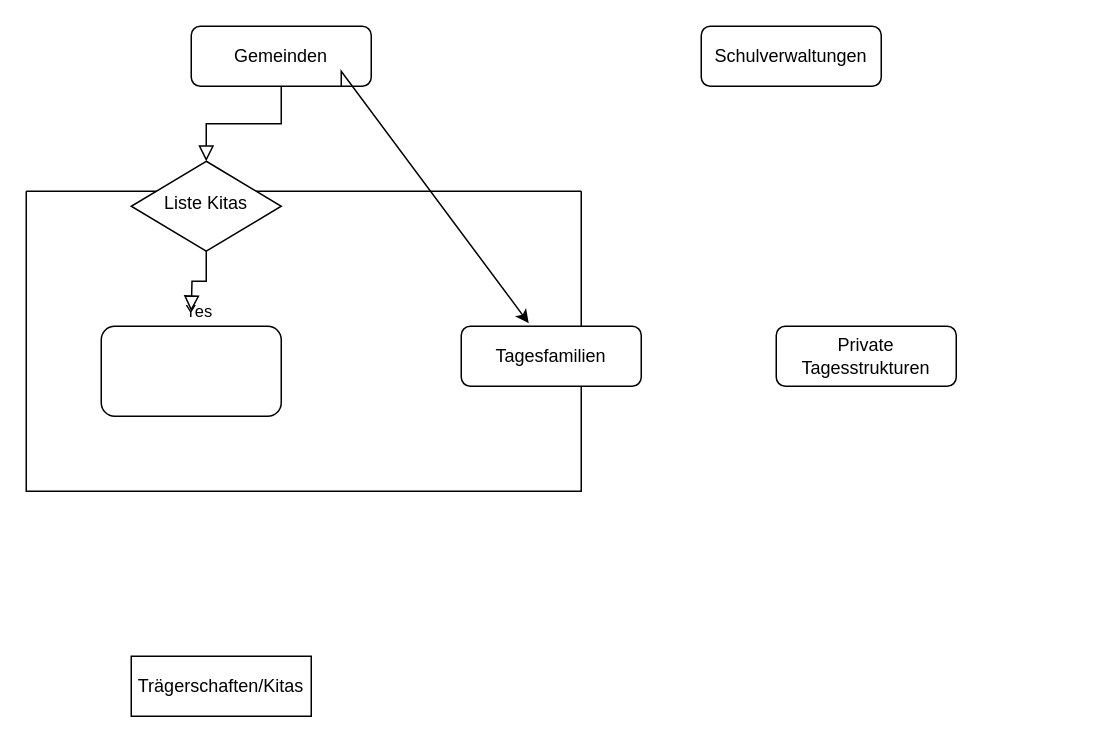
Above: Unbenanntes Diagramm.drawio in oliviablo/Rconfig (draw.io), before the change. Source tidied: cells renumbered, new cells numbered last; positions are measured from the earlier drawing's top-left corner, leaving out a move shared by most shapes. Both pictures are drawn from the tidied source at 150%, with x=0, y=0 at pixel (26, 26).
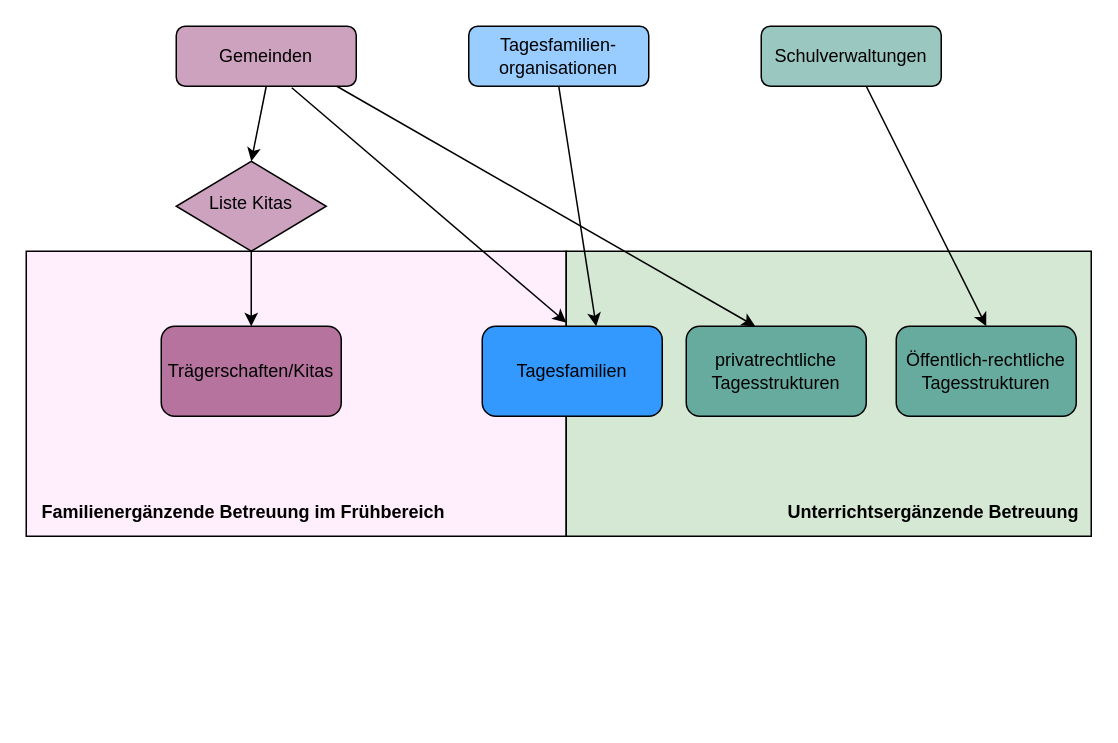
Above is the later version.

Change to the diagram source:
```diff
@@
-    <mxCell id="2" style="swimlane;startSize=0;fillColor=#FFCCFF;" parent="1" vertex="1">
-      <mxGeometry y="110" width="370" height="200" as="geometry" />
-    </mxCell>
+    <mxCell id="13" value="&lt;div&gt;&lt;b&gt;&lt;br&gt;&lt;/b&gt;&lt;/div&gt;&lt;div&gt;&lt;b&gt;&lt;br&gt;&lt;/b&gt;&lt;/div&gt;&lt;div&gt;&lt;b&gt;&lt;br&gt;&lt;/b&gt;&lt;/div&gt;&lt;div&gt;&lt;b&gt;&lt;br&gt;&lt;/b&gt;&lt;/div&gt;&lt;div&gt;&lt;b&gt;&lt;br&gt;&lt;/b&gt;&lt;/div&gt;&lt;div&gt;&lt;b&gt;&lt;br&gt;&lt;/b&gt;&lt;/div&gt;&lt;div&gt;&lt;b&gt;&lt;br&gt;&lt;/b&gt;&lt;/div&gt;&lt;div&gt;&lt;b&gt;&lt;br&gt;&lt;/b&gt;&lt;/div&gt;&lt;div&gt;&lt;b&gt;&lt;br&gt;&lt;/b&gt;&lt;/div&gt;&lt;div&gt;&lt;b&gt;&lt;br&gt;&lt;/b&gt;&lt;/div&gt;&lt;div&gt;&lt;b&gt;&lt;br&gt;&lt;/b&gt;&lt;/div&gt;&lt;div&gt;&lt;b&gt;Familienergänzende Betreuung im Frühbereich&amp;nbsp; &amp;nbsp; &amp;nbsp; &amp;nbsp; &amp;nbsp; &amp;nbsp; &amp;nbsp; &amp;nbsp; &amp;nbsp; &amp;nbsp; &amp;nbsp;&lt;/b&gt;&lt;/div&gt;" style="rounded=0;whiteSpace=wrap;html=1;fillColor=#FFEFFD;" parent="1" vertex="1">
+      <mxGeometry y="150" width="360" height="190" as="geometry" />
+    </mxCell>
+    <mxCell id="14" value="&lt;div&gt;&lt;br&gt;&lt;/div&gt;&lt;div&gt;&lt;br&gt;&lt;/div&gt;&lt;div&gt;&lt;br&gt;&lt;/div&gt;&lt;div&gt;&lt;br&gt;&lt;/div&gt;&lt;div&gt;&lt;br&gt;&lt;/div&gt;&lt;div&gt;&lt;br&gt;&lt;/div&gt;&lt;div&gt;&lt;br&gt;&lt;/div&gt;&lt;div&gt;&lt;br&gt;&lt;/div&gt;&lt;div&gt;&lt;br&gt;&lt;/div&gt;&lt;div&gt;&lt;br&gt;&lt;/div&gt;&lt;div&gt;&lt;br&gt;&lt;/div&gt;&lt;div&gt;&amp;nbsp; &amp;nbsp; &amp;nbsp; &amp;nbsp; &amp;nbsp; &amp;nbsp; &amp;nbsp; &amp;nbsp; &amp;nbsp; &amp;nbsp; &amp;nbsp; &amp;nbsp; &amp;nbsp; &amp;nbsp; &amp;nbsp; &amp;nbsp; &amp;nbsp; &amp;nbsp; &amp;nbsp; &amp;nbsp; &amp;nbsp;&lt;b&gt; Unterrichtsergänzende Betreuung&lt;/b&gt;&lt;/div&gt;" style="rounded=0;whiteSpace=wrap;html=1;fillColor=#D5E8D4;" parent="1" vertex="1">
+      <mxGeometry x="360" y="150" width="350" height="190" as="geometry" />
+    </mxCell>
+    <mxCell id="4" value="Gemeinden" style="rounded=1;whiteSpace=wrap;html=1;fontSize=12;glass=0;strokeWidth=1;shadow=0;fillColor=#CDA2BE;" parent="1" vertex="1">
+      <mxGeometry x="100" width="120" height="40" as="geometry" />
+    </mxCell>
+    <mxCell id="9" value="Schulverwaltungen" style="rounded=1;whiteSpace=wrap;html=1;fontSize=12;glass=0;strokeWidth=1;shadow=0;fillColor=#9AC7BF;" parent="1" vertex="1">
+      <mxGeometry x="490" width="120" height="40" as="geometry" />
+    </mxCell>
+    <mxCell id="15" value="Tagesfamilien-organisationen" style="rounded=1;whiteSpace=wrap;html=1;fontSize=12;glass=0;strokeWidth=1;shadow=0;fillColor=#99CCFF;" parent="1" vertex="1">
+      <mxGeometry x="295" width="120" height="40" as="geometry" />
+    </mxCell>
+    <mxCell id="8" value="Tagesfamilien" style="rounded=1;whiteSpace=wrap;html=1;fillColor=#3399FF;" parent="1" vertex="1">
+      <mxGeometry x="304" y="200" width="120" height="60" as="geometry" />
+    </mxCell>
+    <mxCell id="16" style="endArrow=classic;html=1;rounded=0;entryX=1;entryY=0.25;entryDx=0;entryDy=0;exitX=0.642;exitY=1.025;exitDx=0;exitDy=0;exitPerimeter=0;" parent="1" edge="1" source="4" target="13">
+      <mxGeometry relative="1" as="geometry" />
+    </mxCell>
+    <mxCell id="17" value="privatrechtliche Tagesstrukturen" style="rounded=1;whiteSpace=wrap;html=1;fillColor=#67AB9F;" parent="1" vertex="1">
+      <mxGeometry x="440" y="200" width="120" height="60" as="geometry" />
+    </mxCell>
+    <mxCell id="18" value="Öffentlich-rechtliche Tagesstrukturen" style="rounded=1;whiteSpace=wrap;html=1;fillColor=#67AB9F;" parent="1" vertex="1">
+      <mxGeometry x="580" y="200" width="120" height="60" as="geometry" />
+    </mxCell>
+    <mxCell id="19" style="endArrow=classic;html=1;rounded=0;entryX=0.94;entryY=1.067;entryDx=0;entryDy=0;entryPerimeter=0;exitX=0.892;exitY=1;exitDx=0;exitDy=0;exitPerimeter=0;" parent="1" edge="1" source="4">
+      <mxGeometry relative="1" as="geometry">
+        <mxPoint x="486" y="200" as="targetPoint" />
+      </mxGeometry>
+    </mxCell>
+    <mxCell id="20" style="endArrow=classic;html=1;rounded=0;exitX=0.5;exitY=1;exitDx=0;exitDy=0;entryX=0.633;entryY=0;entryDx=0;entryDy=0;entryPerimeter=0;" parent="1" edge="1" source="15" target="8">
+      <mxGeometry relative="1" as="geometry" />
+    </mxCell>
+    <mxCell id="21" style="endArrow=classic;html=1;rounded=0;" parent="1" edge="1" target="13">
+      <mxGeometry relative="1" as="geometry">
+        <mxPoint x="150" y="150" as="sourcePoint" />
+      </mxGeometry>
+    </mxCell>
-    <mxCell id="3" style="rounded=0;html=1;jettySize=auto;fontSize=11;endArrow=block;endFill=0;endSize=8;strokeWidth=1;shadow=0;labelBackgroundColor=none;edgeStyle=orthogonalEdgeStyle;" parent="1" edge="1" source="4" target="6">
+    <mxCell id="3" style="endArrow=classic;html=1;rounded=0;exitX=0.5;exitY=1;exitDx=0;exitDy=0;entryX=0.5;entryY=0;entryDx=0;entryDy=0;" parent="1" edge="1" source="4" target="6">
       <mxGeometry relative="1" as="geometry" />
     </mxCell>
-    <mxCell id="4" value="Gemeinden" style="rounded=1;whiteSpace=wrap;html=1;fontSize=12;glass=0;strokeWidth=1;shadow=0;" parent="1" vertex="1">
-      <mxGeometry x="110" width="120" height="40" as="geometry" />
-    </mxCell>
-    <mxCell id="5" value="Yes" style="rounded=0;html=1;jettySize=auto;fontSize=11;endArrow=block;endFill=0;endSize=8;strokeWidth=1;shadow=0;labelBackgroundColor=none;edgeStyle=orthogonalEdgeStyle;" parent="1" edge="1" source="6">
-      <mxGeometry y="20" relative="1" as="geometry">
-        <mxPoint x="110" y="190" as="targetPoint" />
-      </mxGeometry>
-    </mxCell>
+    <mxCell id="22" style="endArrow=classic;html=1;rounded=0;entryX=0.5;entryY=0;entryDx=0;entryDy=0;" parent="1" edge="1" target="18">
+      <mxGeometry relative="1" as="geometry">
+        <mxPoint x="560" y="40" as="sourcePoint" />
+      </mxGeometry>
+    </mxCell>
+    <mxCell id="23" style="endArrow=classic;html=1;rounded=0;" parent="1" edge="1" target="13">
+      <mxGeometry relative="1" as="geometry">
+        <mxPoint x="150" y="150" as="sourcePoint" />
+      </mxGeometry>
+    </mxCell>
+    <mxCell id="11" value="Trägerschaften/Kitas" style="rounded=1;whiteSpace=wrap;html=1;fillColor=#B5739D;" parent="1" vertex="1">
+      <mxGeometry x="90" y="200" width="120" height="60" as="geometry" />
+    </mxCell>
-    <mxCell id="6" value="Liste Kitas" style="rhombus;whiteSpace=wrap;html=1;shadow=0;fontFamily=Helvetica;fontSize=12;align=center;strokeWidth=1;spacing=6;spacingTop=-4;" parent="1" vertex="1">
-      <mxGeometry x="70" y="90" width="100" height="60" as="geometry" />
+    <mxCell id="6" value="Liste Kitas" style="rhombus;whiteSpace=wrap;html=1;shadow=0;fontFamily=Helvetica;fontSize=12;align=center;strokeWidth=1;spacing=6;spacingTop=-4;fillColor=#CDA2BE;" parent="1" vertex="1">
+      <mxGeometry x="100" y="90" width="100" height="60" as="geometry" />
     </mxCell>
-    <mxCell id="7" value="Private Tagesstrukturen" style="rounded=1;whiteSpace=wrap;html=1;fontSize=12;glass=0;strokeWidth=1;shadow=0;" parent="1" vertex="1">
-      <mxGeometry x="500" y="200" width="120" height="40" as="geometry" />
-    </mxCell>
-    <mxCell id="8" value="Tagesfamilien" style="rounded=1;whiteSpace=wrap;html=1;fontSize=12;glass=0;strokeWidth=1;shadow=0;" parent="1" vertex="1">
-      <mxGeometry x="290" y="200" width="120" height="40" as="geometry" />
-    </mxCell>
-    <mxCell id="9" value="Schulverwaltungen" style="rounded=1;whiteSpace=wrap;html=1;fontSize=12;glass=0;strokeWidth=1;shadow=0;" parent="1" vertex="1">
-      <mxGeometry x="450" width="120" height="40" as="geometry" />
-    </mxCell>
-    <mxCell id="10" value="Trägerschaften/Kitas" style="rounded=1;whiteSpace=wrap;html=1;fontSize=12;glass=0;strokeWidth=1;shadow=0;arcSize=0;" parent="1" vertex="1">
-      <mxGeometry x="70" y="420" width="120" height="40" as="geometry" />
-    </mxCell>
-    <mxCell id="11" style="rounded=1;whiteSpace=wrap;html=1;" parent="1" vertex="1">
-      <mxGeometry x="50" y="200" width="120" height="60" as="geometry" />
-    </mxCell>
-    <mxCell id="12" style="endArrow=classic;html=1;rounded=0;entryX=0.375;entryY=-0.05;entryDx=0;entryDy=0;entryPerimeter=0;" parent="1" edge="1" target="8">
-      <mxGeometry relative="1" as="geometry">
-        <mxPoint x="210" y="40" as="sourcePoint" />
-        <Array as="points">
-          <mxPoint x="210" y="30" />
-        </Array>
-      </mxGeometry>
-    </mxCell>
+    <mxCell id="24" style="endArrow=classic;html=1;rounded=0;entryX=0.5;entryY=0;entryDx=0;entryDy=0;" parent="1" edge="1" target="11">
+      <mxGeometry relative="1" as="geometry">
+        <mxPoint x="150" y="150" as="sourcePoint" />
+      </mxGeometry>
+    </mxCell>
```
